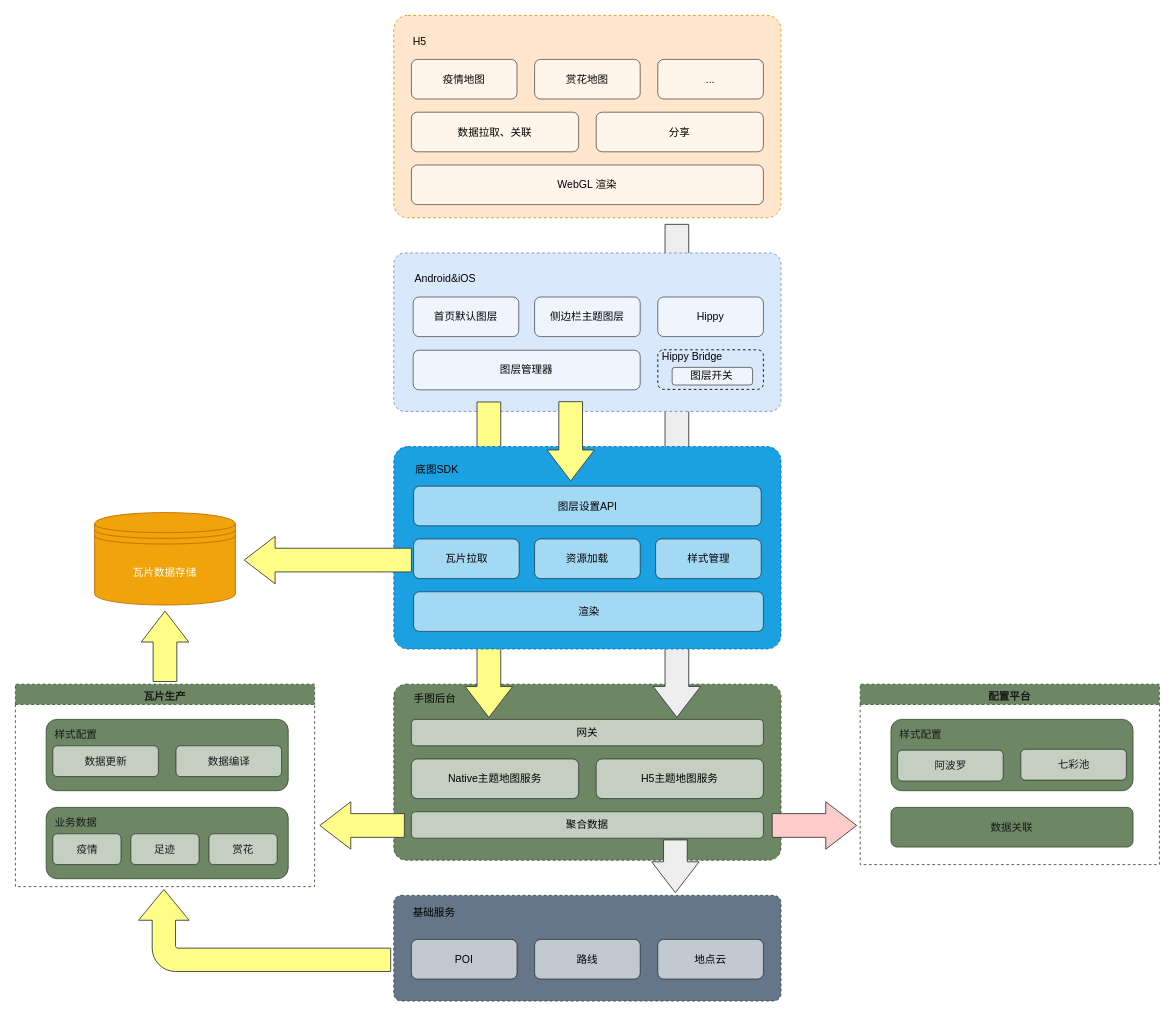
Earlier version of the draw.io diagram page "Page-3" (3 of 3) of 图卡联动.drawio (wangziji/graphics). Source tidied: cells renumbered, new cells numbered last; positions are measured from the earlier drawing's top-left corner, leaving out a move shared by most shapes. Both pictures are drawn from the tidied source at 88%, with x=0, y=0 at pixel (15, 15).
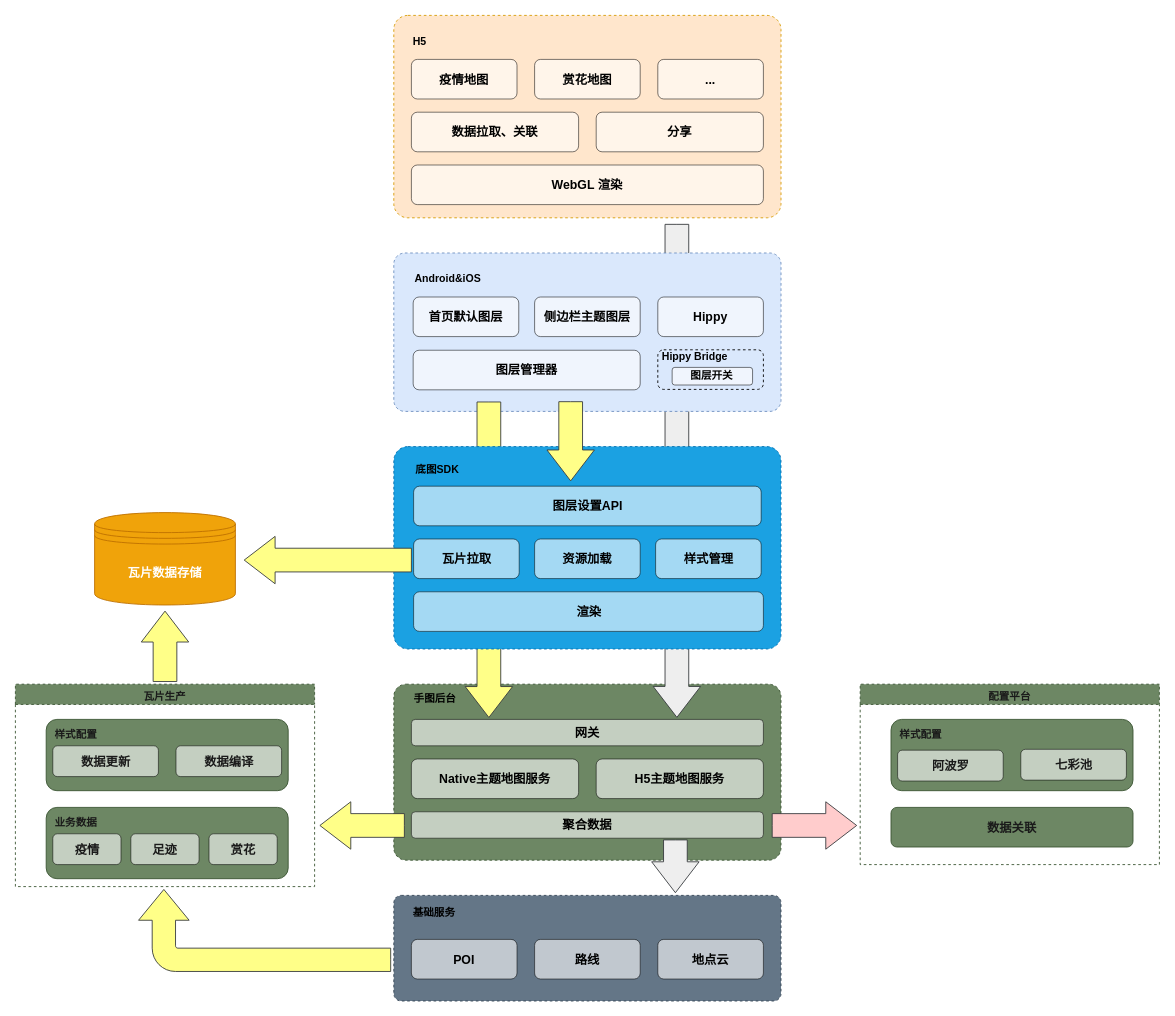
The same page after the edit.

The change refers to these unchanged cells:
```xml
<mxCell id="2" style="group;fontFamily=腾讯体;" parent="1" vertex="1">
  <mxGeometry x="430" y="760" width="440" height="233.9" as="geometry" />
</mxCell>
<mxCell id="11" style="group;fontFamily=腾讯体;" parent="1" vertex="1">
  <mxGeometry x="430" y="20" width="440" height="210" as="geometry" />
</mxCell>
<mxCell id="20" style="group;fontFamily=腾讯体;" parent="1" vertex="1">
  <mxGeometry x="430" y="1000" width="440" height="120" as="geometry" />
</mxCell>
<mxCell id="26" value="配置平台" style="swimlane;dashed=1;fillColor=#6d8764;align=center;verticalAlign=top;strokeColor=#3A5431;fontColor=#1A1A1A;fontFamily=腾讯体;" parent="1" vertex="1">
  <mxGeometry x="960" y="760" width="340" height="205" as="geometry" />
</mxCell>
<mxCell id="33" value="瓦片生产" style="swimlane;dashed=1;fillColor=#6d8764;align=center;verticalAlign=top;strokeColor=#3A5431;fontColor=#1A1A1A;fontFamily=腾讯体;" parent="1" vertex="1">
  <mxGeometry y="760" width="340" height="230" as="geometry" />
</mxCell>
<mxCell id="48" style="group;" parent="1" vertex="1">
  <mxGeometry x="430" y="270" width="440" height="180" as="geometry" />
</mxCell>
<mxCell id="53" style="group;fontFamily=腾讯体;" parent="48" vertex="1">
  <mxGeometry x="300" y="110" width="120" height="50" as="geometry" />
</mxCell>
```

What changed in the source:
```diff
@@
-    <mxCell id="4" value="手图后台" style="text;html=1;strokeColor=none;fillColor=none;align=left;verticalAlign=middle;whiteSpace=wrap;rounded=0;dashed=1;fontFamily=腾讯体;" parent="2" vertex="1">
+    <mxCell id="4" value="手图后台" style="text;html=1;strokeColor=none;fillColor=none;align=left;verticalAlign=middle;whiteSpace=wrap;rounded=0;dashed=1;fontFamily=腾讯体;fontStyle=1;" parent="2" vertex="1">
       <mxGeometry x="21" y="8.3" width="80" height="16.7" as="geometry" />
     </mxCell>
-    <mxCell id="5" style="group;fontFamily=腾讯体;" parent="2" vertex="1">
+    <mxCell id="5" style="group;fontFamily=腾讯体;fontStyle=1;fontSize=14;" parent="2" vertex="1">
       <mxGeometry x="20" y="85" width="400" height="45" as="geometry" />
     </mxCell>
-    <mxCell id="6" value="Native主题地图服务" style="rounded=1;whiteSpace=wrap;html=1;opacity=60;fontFamily=腾讯体;" parent="5" vertex="1">
+    <mxCell id="6" value="Native主题地图服务" style="rounded=1;whiteSpace=wrap;html=1;opacity=60;fontFamily=腾讯体;fontStyle=1;fontSize=14;" parent="5" vertex="1">
       <mxGeometry width="190" height="45" as="geometry" />
     </mxCell>
-    <mxCell id="7" value="H5主题地图服务" style="rounded=1;whiteSpace=wrap;html=1;opacity=60;fontFamily=腾讯体;" parent="5" vertex="1">
+    <mxCell id="7" value="H5主题地图服务" style="rounded=1;whiteSpace=wrap;html=1;opacity=60;fontFamily=腾讯体;fontStyle=1;fontSize=14;" parent="5" vertex="1">
       <mxGeometry x="210" width="190" height="45" as="geometry" />
     </mxCell>
@@
-    <mxCell id="9" value="聚合数据" style="rounded=1;whiteSpace=wrap;html=1;opacity=60;fontFamily=腾讯体;" parent="2" vertex="1">
+    <mxCell id="9" value="聚合数据" style="rounded=1;whiteSpace=wrap;html=1;opacity=60;fontFamily=腾讯体;fontStyle=1;fontSize=14;" parent="2" vertex="1">
       <mxGeometry x="20" y="145" width="400" height="30" as="geometry" />
     </mxCell>
-    <mxCell id="10" value="网关" style="rounded=1;whiteSpace=wrap;html=1;opacity=60;fontFamily=腾讯体;" parent="2" vertex="1">
+    <mxCell id="10" value="网关" style="rounded=1;whiteSpace=wrap;html=1;opacity=60;fontFamily=腾讯体;fontStyle=1;fontSize=14;" parent="2" vertex="1">
       <mxGeometry x="20" y="40" width="400" height="30" as="geometry" />
     </mxCell>
@@
-    <mxCell id="13" value="疫情地图" style="rounded=1;whiteSpace=wrap;html=1;opacity=60;fontFamily=腾讯体;" parent="11" vertex="1">
+    <mxCell id="13" value="疫情地图" style="rounded=1;whiteSpace=wrap;html=1;opacity=60;fontFamily=腾讯体;fontStyle=1;fontSize=14;" parent="11" vertex="1">
       <mxGeometry x="20" y="30" width="120" height="45" as="geometry" />
     </mxCell>
-    <mxCell id="14" value="赏花地图" style="rounded=1;whiteSpace=wrap;html=1;opacity=60;fontFamily=腾讯体;" parent="11" vertex="1">
+    <mxCell id="14" value="赏花地图" style="rounded=1;whiteSpace=wrap;html=1;opacity=60;fontFamily=腾讯体;fontStyle=1;fontSize=14;" parent="11" vertex="1">
       <mxGeometry x="160" y="30" width="120" height="45" as="geometry" />
     </mxCell>
-    <mxCell id="15" value="数据拉取、关联" style="rounded=1;whiteSpace=wrap;html=1;opacity=60;fontFamily=腾讯体;" parent="11" vertex="1">
+    <mxCell id="15" value="数据拉取、关联" style="rounded=1;whiteSpace=wrap;html=1;opacity=60;fontFamily=腾讯体;fontStyle=1;fontSize=14;" parent="11" vertex="1">
       <mxGeometry x="20" y="90" width="190" height="45" as="geometry" />
     </mxCell>
-    <mxCell id="16" value="..." style="rounded=1;whiteSpace=wrap;html=1;opacity=60;fontFamily=腾讯体;" parent="11" vertex="1">
+    <mxCell id="16" value="..." style="rounded=1;whiteSpace=wrap;html=1;opacity=60;fontFamily=腾讯体;fontStyle=1;fontSize=14;" parent="11" vertex="1">
       <mxGeometry x="300" y="30" width="120" height="45" as="geometry" />
     </mxCell>
-    <mxCell id="17" value="H5" style="text;html=1;strokeColor=none;fillColor=none;align=left;verticalAlign=middle;whiteSpace=wrap;rounded=0;dashed=1;fontFamily=腾讯体;" parent="11" vertex="1">
+    <mxCell id="17" value="H5" style="text;html=1;strokeColor=none;fillColor=none;align=left;verticalAlign=middle;whiteSpace=wrap;rounded=0;dashed=1;fontFamily=腾讯体;fontStyle=1;" parent="11" vertex="1">
       <mxGeometry x="20" width="80" height="20" as="geometry" />
     </mxCell>
-    <mxCell id="18" value="WebGL 渲染" style="rounded=1;whiteSpace=wrap;html=1;opacity=60;fontFamily=腾讯体;" parent="11" vertex="1">
+    <mxCell id="18" value="WebGL 渲染" style="rounded=1;whiteSpace=wrap;html=1;opacity=60;fontFamily=腾讯体;fontStyle=1;fontSize=14;" parent="11" vertex="1">
       <mxGeometry x="20" y="150" width="400" height="45" as="geometry" />
     </mxCell>
-    <mxCell id="19" value="分享" style="rounded=1;whiteSpace=wrap;html=1;opacity=60;fontFamily=腾讯体;" parent="11" vertex="1">
+    <mxCell id="19" value="分享" style="rounded=1;whiteSpace=wrap;html=1;opacity=60;fontFamily=腾讯体;fontStyle=1;fontSize=14;" parent="11" vertex="1">
       <mxGeometry x="230" y="90" width="190" height="45" as="geometry" />
     </mxCell>
@@
-    <mxCell id="22" value="POI" style="rounded=1;whiteSpace=wrap;html=1;opacity=60;fontFamily=腾讯体;" parent="20" vertex="1">
+    <mxCell id="22" value="POI" style="rounded=1;whiteSpace=wrap;html=1;opacity=60;fontFamily=腾讯体;fontStyle=1;fontSize=14;" parent="20" vertex="1">
       <mxGeometry x="20" y="50" width="120" height="45" as="geometry" />
     </mxCell>
-    <mxCell id="23" value="路线" style="rounded=1;whiteSpace=wrap;html=1;opacity=60;fontFamily=腾讯体;" parent="20" vertex="1">
+    <mxCell id="23" value="路线" style="rounded=1;whiteSpace=wrap;html=1;opacity=60;fontFamily=腾讯体;fontStyle=1;fontSize=14;" parent="20" vertex="1">
       <mxGeometry x="160" y="50" width="120" height="45" as="geometry" />
     </mxCell>
-    <mxCell id="24" value="地点云" style="rounded=1;whiteSpace=wrap;html=1;opacity=60;fontFamily=腾讯体;" parent="20" vertex="1">
+    <mxCell id="24" value="地点云" style="rounded=1;whiteSpace=wrap;html=1;opacity=60;fontFamily=腾讯体;fontStyle=1;fontSize=14;" parent="20" vertex="1">
       <mxGeometry x="300" y="50" width="120" height="45" as="geometry" />
     </mxCell>
-    <mxCell id="25" value="基础服务" style="text;html=1;strokeColor=none;fillColor=none;align=left;verticalAlign=middle;whiteSpace=wrap;rounded=0;dashed=1;fontFamily=腾讯体;" parent="20" vertex="1">
+    <mxCell id="25" value="基础服务" style="text;html=1;strokeColor=none;fillColor=none;align=left;verticalAlign=middle;whiteSpace=wrap;rounded=0;dashed=1;fontFamily=腾讯体;fontStyle=1;" parent="20" vertex="1">
       <mxGeometry x="20" y="10" width="80" height="20" as="geometry" />
     </mxCell>
@@
-    <mxCell id="28" value="数据关联" style="rounded=1;whiteSpace=wrap;html=1;fillColor=#6d8764;strokeColor=#3A5431;fontColor=#1A1A1A;fontFamily=腾讯体;" parent="26" vertex="1">
+    <mxCell id="28" value="数据关联" style="rounded=1;whiteSpace=wrap;html=1;fillColor=#6d8764;strokeColor=#3A5431;fontColor=#1A1A1A;fontFamily=腾讯体;fontStyle=1;fontSize=14;" parent="26" vertex="1">
       <mxGeometry x="35" y="140" width="275" height="45" as="geometry" />
     </mxCell>
-    <mxCell id="29" value="阿波罗" style="rounded=1;whiteSpace=wrap;html=1;opacity=60;fontFamily=腾讯体;fontColor=#1A1A1A;" parent="26" vertex="1">
+    <mxCell id="29" value="阿波罗" style="rounded=1;whiteSpace=wrap;html=1;opacity=60;fontFamily=腾讯体;fontColor=#1A1A1A;fontStyle=1;fontSize=14;" parent="26" vertex="1">
       <mxGeometry x="42.5" y="75" width="120" height="35" as="geometry" />
     </mxCell>
-    <mxCell id="30" value="七彩池" style="rounded=1;whiteSpace=wrap;html=1;opacity=60;fontFamily=腾讯体;fontColor=#1A1A1A;" parent="26" vertex="1">
+    <mxCell id="30" value="七彩池" style="rounded=1;whiteSpace=wrap;html=1;opacity=60;fontFamily=腾讯体;fontColor=#1A1A1A;fontStyle=1;fontSize=14;" parent="26" vertex="1">
       <mxGeometry x="182.5" y="74" width="120" height="35" as="geometry" />
     </mxCell>
-    <mxCell id="31" value="样式配置" style="text;html=1;strokeColor=none;fillColor=none;align=left;verticalAlign=middle;whiteSpace=wrap;rounded=0;dashed=1;fontFamily=腾讯体;fontColor=#1A1A1A;" parent="26" vertex="1">
+    <mxCell id="31" value="样式配置" style="text;html=1;strokeColor=none;fillColor=none;align=left;verticalAlign=middle;whiteSpace=wrap;rounded=0;dashed=1;fontFamily=腾讯体;fontColor=#1A1A1A;fontStyle=1;" parent="26" vertex="1">
       <mxGeometry x="42.5" y="50" width="80" height="16.7" as="geometry" />
     </mxCell>
-    <mxCell id="32" value="瓦片数据存储" style="shape=datastore;whiteSpace=wrap;html=1;fillColor=#f0a30a;strokeColor=#BD7000;fontColor=#ffffff;" parent="1" vertex="1">
+    <mxCell id="32" value="&lt;b&gt;&lt;font style=&quot;font-size: 14px&quot;&gt;瓦片数据存储&lt;/font&gt;&lt;/b&gt;" style="shape=datastore;whiteSpace=wrap;html=1;fillColor=#f0a30a;strokeColor=#BD7000;fontColor=#ffffff;" parent="1" vertex="1">
       <mxGeometry x="90" y="565" width="160" height="105" as="geometry" />
     </mxCell>
@@
-    <mxCell id="35" value="数据更新" style="rounded=1;whiteSpace=wrap;html=1;opacity=60;fontFamily=腾讯体;fontColor=#1A1A1A;" parent="33" vertex="1">
+    <mxCell id="35" value="数据更新" style="rounded=1;whiteSpace=wrap;html=1;opacity=60;fontFamily=腾讯体;fontColor=#1A1A1A;fontStyle=1;fontSize=14;" parent="33" vertex="1">
       <mxGeometry x="42.5" y="70" width="120" height="35" as="geometry" />
     </mxCell>
-    <mxCell id="36" value="数据编译" style="rounded=1;whiteSpace=wrap;html=1;opacity=60;fontFamily=腾讯体;fontColor=#1A1A1A;" parent="33" vertex="1">
+    <mxCell id="36" value="数据编译" style="rounded=1;whiteSpace=wrap;html=1;opacity=60;fontFamily=腾讯体;fontColor=#1A1A1A;fontStyle=1;fontSize=14;" parent="33" vertex="1">
       <mxGeometry x="182.5" y="70" width="120" height="35" as="geometry" />
     </mxCell>
-    <mxCell id="37" value="样式配置" style="text;html=1;strokeColor=none;fillColor=none;align=left;verticalAlign=middle;whiteSpace=wrap;rounded=0;dashed=1;fontFamily=腾讯体;fontColor=#1A1A1A;" parent="33" vertex="1">
+    <mxCell id="37" value="样式配置" style="text;html=1;strokeColor=none;fillColor=none;align=left;verticalAlign=middle;whiteSpace=wrap;rounded=0;dashed=1;fontFamily=腾讯体;fontColor=#1A1A1A;fontStyle=1;" parent="33" vertex="1">
       <mxGeometry x="42.5" y="50" width="80" height="16.7" as="geometry" />
     </mxCell>
@@
-    <mxCell id="39" value="疫情" style="rounded=1;whiteSpace=wrap;html=1;opacity=60;fontFamily=腾讯体;fontColor=#1A1A1A;" parent="33" vertex="1">
+    <mxCell id="39" value="疫情" style="rounded=1;whiteSpace=wrap;html=1;opacity=60;fontFamily=腾讯体;fontColor=#1A1A1A;fontStyle=1;fontSize=14;" parent="33" vertex="1">
       <mxGeometry x="42.5" y="170" width="77.5" height="35" as="geometry" />
     </mxCell>
-    <mxCell id="40" value="业务数据" style="text;html=1;strokeColor=none;fillColor=none;align=left;verticalAlign=middle;whiteSpace=wrap;rounded=0;dashed=1;fontFamily=腾讯体;fontColor=#1A1A1A;" parent="33" vertex="1">
+    <mxCell id="40" value="业务数据" style="text;html=1;strokeColor=none;fillColor=none;align=left;verticalAlign=middle;whiteSpace=wrap;rounded=0;dashed=1;fontFamily=腾讯体;fontColor=#1A1A1A;fontStyle=1;" parent="33" vertex="1">
       <mxGeometry x="42.5" y="150" width="80" height="16.7" as="geometry" />
     </mxCell>
-    <mxCell id="41" value="足迹" style="rounded=1;whiteSpace=wrap;html=1;opacity=60;fontFamily=腾讯体;fontColor=#1A1A1A;" parent="33" vertex="1">
+    <mxCell id="41" value="足迹" style="rounded=1;whiteSpace=wrap;html=1;opacity=60;fontFamily=腾讯体;fontColor=#1A1A1A;fontStyle=1;fontSize=14;" parent="33" vertex="1">
       <mxGeometry x="131.2" y="170" width="77.5" height="35" as="geometry" />
     </mxCell>
-    <mxCell id="42" value="赏花" style="rounded=1;whiteSpace=wrap;html=1;opacity=60;fontFamily=腾讯体;fontColor=#1A1A1A;" parent="33" vertex="1">
+    <mxCell id="42" value="赏花" style="rounded=1;whiteSpace=wrap;html=1;opacity=60;fontFamily=腾讯体;fontColor=#1A1A1A;fontStyle=1;fontSize=14;" parent="33" vertex="1">
       <mxGeometry x="220" y="170" width="77.5" height="35" as="geometry" />
     </mxCell>
@@
-    <mxCell id="50" value="首页默认图层" style="rounded=1;whiteSpace=wrap;html=1;opacity=60;fontFamily=腾讯体;" parent="48" vertex="1">
+    <mxCell id="50" value="首页默认图层" style="rounded=1;whiteSpace=wrap;html=1;opacity=60;fontFamily=腾讯体;fontStyle=1;fontSize=14;" parent="48" vertex="1">
       <mxGeometry x="22" y="50" width="120" height="45" as="geometry" />
     </mxCell>
-    <mxCell id="51" value="侧边栏主题图层" style="rounded=1;whiteSpace=wrap;html=1;opacity=60;fontFamily=腾讯体;" parent="48" vertex="1">
+    <mxCell id="51" value="侧边栏主题图层" style="rounded=1;whiteSpace=wrap;html=1;opacity=60;fontFamily=腾讯体;fontStyle=1;fontSize=14;" parent="48" vertex="1">
       <mxGeometry x="160" y="50" width="120" height="45" as="geometry" />
     </mxCell>
-    <mxCell id="52" value="Hippy" style="rounded=1;whiteSpace=wrap;html=1;opacity=60;fontFamily=腾讯体;" parent="48" vertex="1">
+    <mxCell id="52" value="Hippy" style="rounded=1;whiteSpace=wrap;html=1;opacity=60;fontFamily=腾讯体;fontStyle=1;fontSize=14;" parent="48" vertex="1">
       <mxGeometry x="300" y="50" width="120" height="45" as="geometry" />
     </mxCell>
@@
-    <mxCell id="55" value="图层开关" style="rounded=1;whiteSpace=wrap;html=1;opacity=60;fontFamily=腾讯体;" parent="53" vertex="1">
+    <mxCell id="55" value="图层开关" style="rounded=1;whiteSpace=wrap;html=1;opacity=60;fontFamily=腾讯体;fontStyle=1;" parent="53" vertex="1">
       <mxGeometry x="16.3" y="20" width="91.4" height="20" as="geometry" />
     </mxCell>
-    <mxCell id="56" value="Hippy Bridge" style="text;html=1;strokeColor=none;fillColor=none;align=left;verticalAlign=middle;whiteSpace=wrap;rounded=0;dashed=1;fontFamily=腾讯体;" parent="53" vertex="1">
+    <mxCell id="56" value="Hippy Bridge" style="text;html=1;strokeColor=none;fillColor=none;align=left;verticalAlign=middle;whiteSpace=wrap;rounded=0;dashed=1;fontFamily=腾讯体;fontStyle=1;" parent="53" vertex="1">
       <mxGeometry x="2.9" y="4.2" width="91.4" height="8.3" as="geometry" />
     </mxCell>
-    <mxCell id="57" value="图层管理器" style="rounded=1;whiteSpace=wrap;html=1;opacity=60;fontFamily=腾讯体;" parent="48" vertex="1">
+    <mxCell id="57" value="图层管理器" style="rounded=1;whiteSpace=wrap;html=1;opacity=60;fontFamily=腾讯体;fontStyle=1;fontSize=14;" parent="48" vertex="1">
       <mxGeometry x="22" y="110.5" width="258" height="45" as="geometry" />
     </mxCell>
-    <mxCell id="58" value="Android&amp;amp;iOS" style="text;html=1;strokeColor=none;fillColor=none;align=left;verticalAlign=middle;whiteSpace=wrap;rounded=0;dashed=1;fontFamily=腾讯体;" parent="48" vertex="1">
+    <mxCell id="58" value="Android&amp;amp;iOS" style="text;html=1;strokeColor=none;fillColor=none;align=left;verticalAlign=middle;whiteSpace=wrap;rounded=0;dashed=1;fontFamily=腾讯体;fontStyle=1;" parent="48" vertex="1">
       <mxGeometry x="22" y="20" width="80" height="20" as="geometry" />
     </mxCell>
@@
-    <mxCell id="61" value="图层设置API" style="rounded=1;whiteSpace=wrap;html=1;opacity=60;fontFamily=腾讯体;" parent="1" vertex="1">
+    <mxCell id="61" value="图层设置API" style="rounded=1;whiteSpace=wrap;html=1;opacity=60;fontFamily=腾讯体;fontStyle=1;fontSize=14;" parent="1" vertex="1">
       <mxGeometry x="452.5" y="535" width="395" height="45" as="geometry" />
     </mxCell>
-    <mxCell id="62" value="资源加载" style="rounded=1;whiteSpace=wrap;html=1;opacity=60;fontFamily=腾讯体;" parent="1" vertex="1">
+    <mxCell id="62" value="资源加载" style="rounded=1;whiteSpace=wrap;html=1;opacity=60;fontFamily=腾讯体;fontStyle=1;fontSize=14;" parent="1" vertex="1">
       <mxGeometry x="590" y="595" width="120" height="45" as="geometry" />
     </mxCell>
-    <mxCell id="63" value="瓦片拉取" style="rounded=1;whiteSpace=wrap;html=1;opacity=60;fontFamily=腾讯体;" parent="1" vertex="1">
+    <mxCell id="63" value="瓦片拉取" style="rounded=1;whiteSpace=wrap;html=1;opacity=60;fontFamily=腾讯体;fontStyle=1;fontSize=14;" parent="1" vertex="1">
       <mxGeometry x="452.5" y="595" width="120" height="45" as="geometry" />
     </mxCell>
-    <mxCell id="64" value="渲染" style="rounded=1;whiteSpace=wrap;html=1;opacity=60;fontFamily=腾讯体;" parent="1" vertex="1">
+    <mxCell id="64" value="渲染" style="rounded=1;whiteSpace=wrap;html=1;opacity=60;fontFamily=腾讯体;fontStyle=1;fontSize=14;" parent="1" vertex="1">
       <mxGeometry x="452.5" y="655" width="397.5" height="45" as="geometry" />
     </mxCell>
-    <mxCell id="65" value="底图SDK" style="text;html=1;strokeColor=none;fillColor=none;align=left;verticalAlign=middle;whiteSpace=wrap;rounded=0;dashed=1;fontFamily=腾讯体;" parent="1" vertex="1">
+    <mxCell id="65" value="底图SDK" style="text;html=1;strokeColor=none;fillColor=none;align=left;verticalAlign=middle;whiteSpace=wrap;rounded=0;dashed=1;fontFamily=腾讯体;fontStyle=1;" parent="1" vertex="1">
       <mxGeometry x="452.5" y="505" width="80" height="22.7" as="geometry" />
     </mxCell>
-    <mxCell id="66" value="样式管理" style="rounded=1;whiteSpace=wrap;html=1;opacity=60;fontFamily=腾讯体;" parent="1" vertex="1">
+    <mxCell id="66" value="样式管理" style="rounded=1;whiteSpace=wrap;html=1;opacity=60;fontFamily=腾讯体;fontStyle=1;fontSize=14;" parent="1" vertex="1">
       <mxGeometry x="727.5" y="595" width="120" height="45" as="geometry" />
     </mxCell>
```
